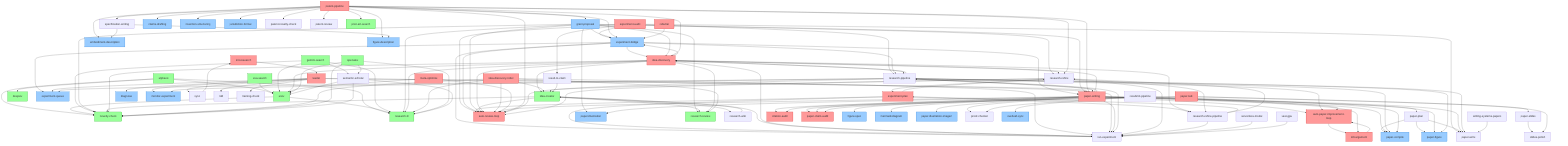
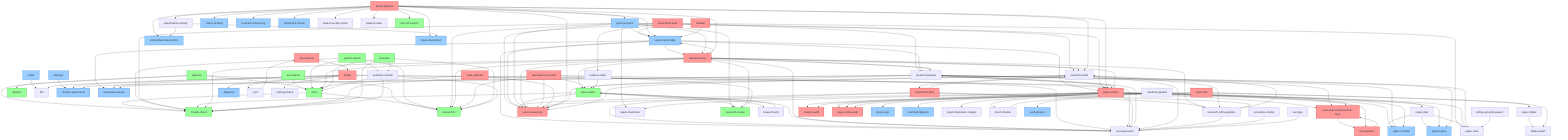
graph TD
    alphaxiv --> arxiv
    alphaxiv --> deepxiv
    alphaxiv --> novelty-check
    alphaxiv --> research-lit
    arxiv --> novelty-check
    arxiv --> research-lit
    auto-paper-improvement-loop --> kill-argument
+     coder --> tdd
+     deployer --> monitor-experiment
    exa-search --> arxiv
    experiment-audit --> auto-review-loop
    experiment-audit --> experiment-bridge
    experiment-audit --> paper-write
    experiment-audit --> research-pipeline
    experiment-audit --> result-to-claim
    experiment-bridge --> auto-review-loop
    experiment-bridge --> experiment-queue
    experiment-bridge --> idea-discovery
    experiment-bridge --> paper-writing
    experiment-bridge --> research-pipeline
    experiment-bridge --> run-experiment
    experiment-plan --> auto-review-loop
    experiment-plan --> research-refine
    experiment-plan --> research-refine-pipeline
    experiment-plan --> run-experiment
    gemini-search --> arxiv
    gemini-search --> novelty-check
    gemini-search --> research-lit
    gemini-search --> semantic-scholar
    grant-proposal --> auto-review-loop
    grant-proposal --> experiment-bridge
    grant-proposal --> idea-discovery
    grant-proposal --> novelty-check
    grant-proposal --> paper-illustration
    grant-proposal --> paper-writing
    grant-proposal --> research-lit
    grant-proposal --> research-refine
    grant-proposal --> research-review
    idea-creator --> auto-review-loop
    idea-creator --> novelty-check
    idea-creator --> research-review
    idea-creator --> research-wiki
    idea-creator --> run-experiment
    idea-discovery --> arxiv
    idea-discovery --> auto-review-loop
    idea-discovery --> experiment-bridge
    idea-discovery --> idea-creator
    idea-discovery --> novelty-check
    idea-discovery --> research-lit
    idea-discovery --> research-pipeline
    idea-discovery --> research-refine
    idea-discovery --> research-refine-pipeline
    idea-discovery --> research-review
    idea-discovery --> run-experiment
    idea-discovery-robot --> auto-review-loop
    idea-discovery-robot --> idea-creator
    idea-discovery-robot --> novelty-check
    idea-discovery-robot --> research-lit
    idea-discovery-robot --> research-review
    idea-discovery-robot --> run-experiment
    init-research --> leader
    kill-argument --> auto-paper-improvement-loop
    leader --> diagnose
    leader --> experiment-queue
    leader --> monitor-experiment
    leader --> paper-writing
    leader --> run-experiment
    leader --> sync
    leader --> tdd
    leader --> training-check
    meta-optimize --> arxiv
    meta-optimize --> auto-review-loop
    openalex --> arxiv
    openalex --> novelty-check
    openalex --> research-lit
    openalex --> semantic-scholar
    paper-plan --> paper-compile
    paper-plan --> paper-figure
    paper-plan --> paper-write
    paper-slides --> slides-polish
    paper-talk --> citation-audit
    paper-talk --> paper-claim-audit
    paper-talk --> paper-slides
    paper-talk --> slides-polish
    paper-writing --> auto-paper-improvement-loop
    paper-writing --> auto-review-loop
    paper-writing --> citation-audit
    paper-writing --> figure-spec
    paper-writing --> idea-discovery
    paper-writing --> kill-argument
    paper-writing --> mermaid-diagram
    paper-writing --> paper-claim-audit
    paper-writing --> paper-compile
    paper-writing --> paper-figure
    paper-writing --> paper-illustration
    paper-writing --> paper-illustration-image2
    paper-writing --> paper-plan
    paper-writing --> paper-write
    paper-writing --> proof-checker
    paper-writing --> research-pipeline
    paper-writing --> run-experiment
    patent-pipeline --> auto-review-loop
    patent-pipeline --> claims-drafting
    patent-pipeline --> embodiment-description
    patent-pipeline --> experiment-bridge
    patent-pipeline --> figure-description
    patent-pipeline --> grant-proposal
    patent-pipeline --> idea-discovery
    patent-pipeline --> invention-structuring
    patent-pipeline --> jurisdiction-format
    patent-pipeline --> paper-writing
    patent-pipeline --> patent-novelty-check
    patent-pipeline --> patent-review
    patent-pipeline --> prior-art-search
    patent-pipeline --> research-refine
    patent-pipeline --> specification-writing
    rebuttal --> experiment-bridge
    research-pipeline --> auto-paper-improvement-loop
    research-pipeline --> auto-review-loop
    research-pipeline --> experiment-queue
    research-pipeline --> idea-discovery
    research-pipeline --> monitor-experiment
    research-pipeline --> paper-compile
    research-pipeline --> paper-figure
    research-pipeline --> paper-write
    research-pipeline --> paper-writing
    research-pipeline --> run-experiment
    research-refine --> auto-review-loop
    research-refine --> experiment-plan
    research-refine --> idea-creator
    research-refine --> research-refine-pipeline
    research-refine --> run-experiment
    research-refine-pipeline --> experiment-plan
    research-refine-pipeline --> research-refine
    research-refine-pipeline --> run-experiment
    research-wiki --> idea-creator
    resubmit-pipeline --> auto-paper-improvement-loop
    resubmit-pipeline --> overleaf-sync
    resubmit-pipeline --> paper-claim-audit
    resubmit-pipeline --> paper-compile
    resubmit-pipeline --> proof-checker
    result-to-claim --> idea-creator
    semantic-scholar --> arxiv
    semantic-scholar --> novelty-check
    semantic-scholar --> research-lit
    serverless-modal --> run-experiment
    specification-writing --> embodiment-description
    specification-writing --> figure-description
    sync --> init-research
    vast-gpu --> run-experiment
    writing-systems-papers --> paper-write

    classDef leader fill:#ff9999,stroke:#cc0000
    class auto-paper-improvement-loop,auto-review-loop,auto-review-loop-llm,auto-review-loop-minimax,citation-audit,dse-loop,experiment-audit,experiment-plan,framework-update,idea-discovery,idea-discovery-robot,init-research,kill-argument,leader,meta-optimize,paper-claim-audit,paper-talk,paper-writing,patent-pipeline,rebuttal leader
    classDef executor fill:#99ccff,stroke:#0066cc
-     class ablation-planner,analyze-results,claims-drafting,diagnose,embodiment-description,experiment-bridge,experiment-queue,figure-description,figure-spec,formula-derivation,grant-proposal,invention-structuring,jurisdiction-format,mermaid-diagram,monitor-experiment,overleaf-sync,paper-compile,paper-figure,paper-illustration,paper-illustration-image2 executor
+     class ablation-planner,analyze-results,claims-drafting,coder,deployer,diagnose,embodiment-description,experiment-bridge,experiment-queue,figure-description,figure-spec,formula-derivation,grant-proposal,invention-structuring,jurisdiction-format,mermaid-diagram,monitor-experiment,overleaf-sync,paper-compile,paper-figure executor
    classDef any fill:#99ff99,stroke:#009900
    class alphaxiv,arxiv,caveman,comm-lit-review,deepxiv,exa-search,feishu-notify,gemini-search,git-guardrails,grill-me,grill-with-docs,handoff,idea-creator,novelty-check,openalex,pixel-art,prior-art-search,qzcli,research-lit,research-review any